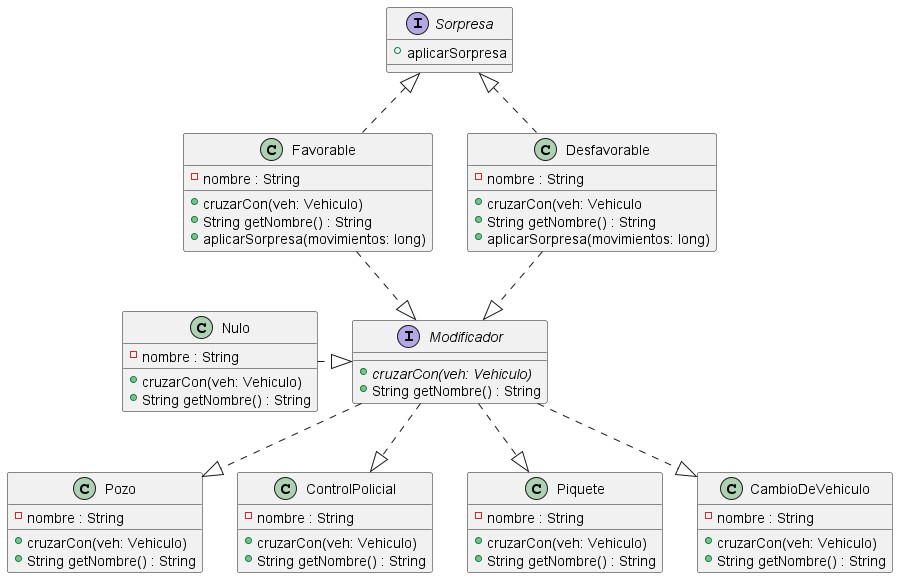
Before: docs/informe/diagramas/interface-modificador-sorpresa.png, a diagram exported from PlantUML (emtello/algo3_tp2_1C2022). Source of this version:
```plantuml
@startuml interface-modificador-sorpresa

interface Modificador {
    + {abstract} cruzarCon(veh: Vehiculo)
    + String getNombre() : String
}

class Pozo {
    - nombre : String
    + cruzarCon(veh: Vehiculo)
    + String getNombre() : String
}

class ControlPolicial {
    - nombre : String
    + cruzarCon(veh: Vehiculo)
    + String getNombre() : String
}

class Piquete {
    - nombre : String
    + cruzarCon(veh: Vehiculo)
    + String getNombre() : String
}

class Favorable {
    - nombre : String
    + cruzarCon(veh: Vehiculo)
    + String getNombre() : String
    + aplicarSorpresa(movimientos: long)
}

class Desfavorable {
    - nombre : String
    + cruzarCon(veh: Vehiculo
    + String getNombre() : String
    + aplicarSorpresa(movimientos: long)
}

class CambioDeVehiculo {
    - nombre : String
    + cruzarCon(veh: Vehiculo)
    + String getNombre() : String
}

class Nulo {
    - nombre : String
    + cruzarCon(veh: Vehiculo)
    + String getNombre() : String
}

interface Sorpresa {
    + aplicarSorpresa
}

Favorable .down.|> Modificador
Desfavorable .down.|> Modificador
Modificador ..|> CambioDeVehiculo
Modificador ..|> Pozo
Modificador ..|> Piquete
Modificador ..|>  ControlPolicial
Nulo .|> Modificador
Sorpresa <|.. Favorable
Sorpresa <|.. Desfavorable


@enduml
```
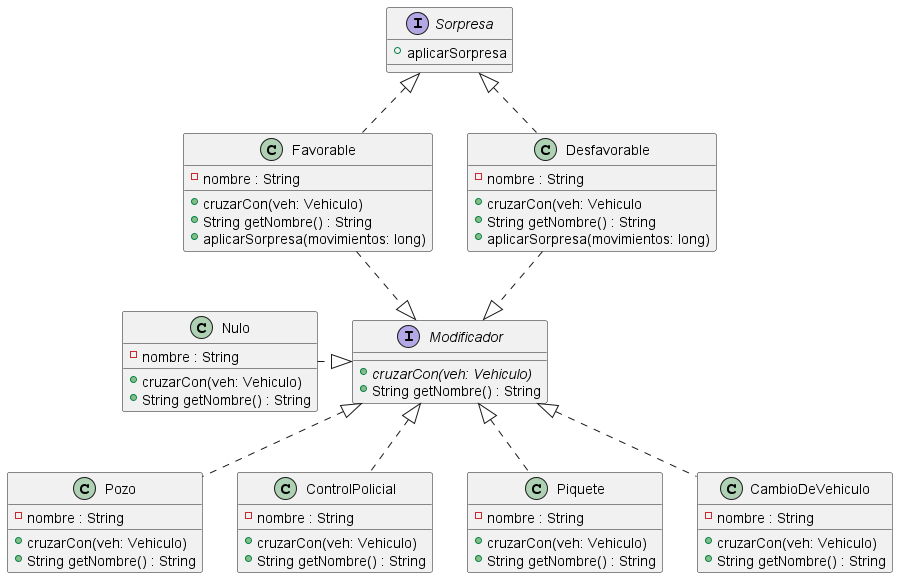
The same diagram one commit later.

Commit message:
Corrección de asociaciones

The edit, as a diff of the source:
```diff
@@ -55,10 +55,10 @@
 
 Favorable .down.|> Modificador
 Desfavorable .down.|> Modificador
-Modificador ..|> CambioDeVehiculo
-Modificador ..|> Pozo
-Modificador ..|> Piquete
-Modificador ..|>  ControlPolicial
+Modificador <|.. CambioDeVehiculo
+Modificador <|.. Pozo
+Modificador <|.. Piquete
+Modificador <|..  ControlPolicial
 Nulo .|> Modificador
 Sorpresa <|.. Favorable
 Sorpresa <|.. Desfavorable
```
